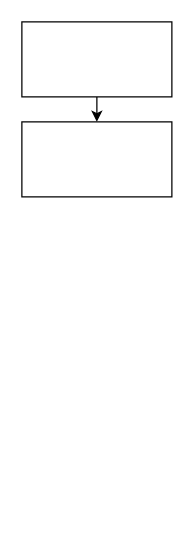
Earlier version of the draw.io diagram Diagram zonder titel.drawio (Dimert010/uno-js). Source tidied: cells renumbered, new cells numbered last; positions are measured from the earlier drawing's top-left corner, leaving out a move shared by most shapes. Both pictures are drawn from the tidied source at 125%, with x=0, y=0 at pixel (21, 21).
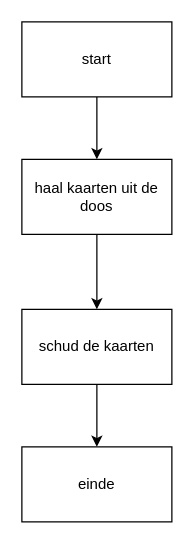
After the change.

Change to the diagram source:
```diff
@@
 <mxGraphModel>
   <root>
     <mxCell id="0" />
     <mxCell id="1" parent="0" />
     <mxCell id="2" style="edgeStyle=orthogonalEdgeStyle;rounded=0;jettySize=auto;html=1;exitX=0.5;exitY=1;exitDx=0;exitDy=0;entryX=0.5;entryY=0;entryDx=0;entryDy=0;" parent="1" edge="1" source="3" target="4">
       <mxGeometry relative="1" as="geometry" />
     </mxCell>
-    <mxCell id="3" style="rounded=0;whiteSpace=wrap;html=1;" parent="1" vertex="1">
+    <mxCell id="3" value="start" style="rounded=0;whiteSpace=wrap;html=1;" parent="1" vertex="1">
       <mxGeometry width="120" height="60" as="geometry" />
     </mxCell>
+    <mxCell id="5" style="edgeStyle=orthogonalEdgeStyle;rounded=0;jettySize=auto;html=1;exitX=0.5;exitY=1;exitDx=0;exitDy=0;entryX=0.5;entryY=0;entryDx=0;entryDy=0;" parent="1" edge="1" source="4" target="7">
+      <mxGeometry relative="1" as="geometry" />
+    </mxCell>
-    <mxCell id="4" style="rounded=0;whiteSpace=wrap;html=1;" parent="1" vertex="1">
-      <mxGeometry y="80" width="120" height="60" as="geometry" />
+    <mxCell id="4" value="haal kaarten uit de doos" style="rounded=0;whiteSpace=wrap;html=1;" parent="1" vertex="1">
+      <mxGeometry y="110" width="120" height="60" as="geometry" />
     </mxCell>
+    <mxCell id="6" style="edgeStyle=orthogonalEdgeStyle;rounded=0;jettySize=auto;html=1;exitX=0.5;exitY=1;exitDx=0;exitDy=0;" parent="1" edge="1" source="7" target="8">
+      <mxGeometry relative="1" as="geometry" />
+    </mxCell>
+    <mxCell id="7" value="schud de kaarten" style="rounded=0;whiteSpace=wrap;html=1;" parent="1" vertex="1">
+      <mxGeometry y="230" width="120" height="60" as="geometry" />
+    </mxCell>
+    <mxCell id="8" value="einde" style="rounded=0;whiteSpace=wrap;html=1;" parent="1" vertex="1">
+      <mxGeometry y="340" width="120" height="60" as="geometry" />
+    </mxCell>
   </root>
 </mxGraphModel>
```
